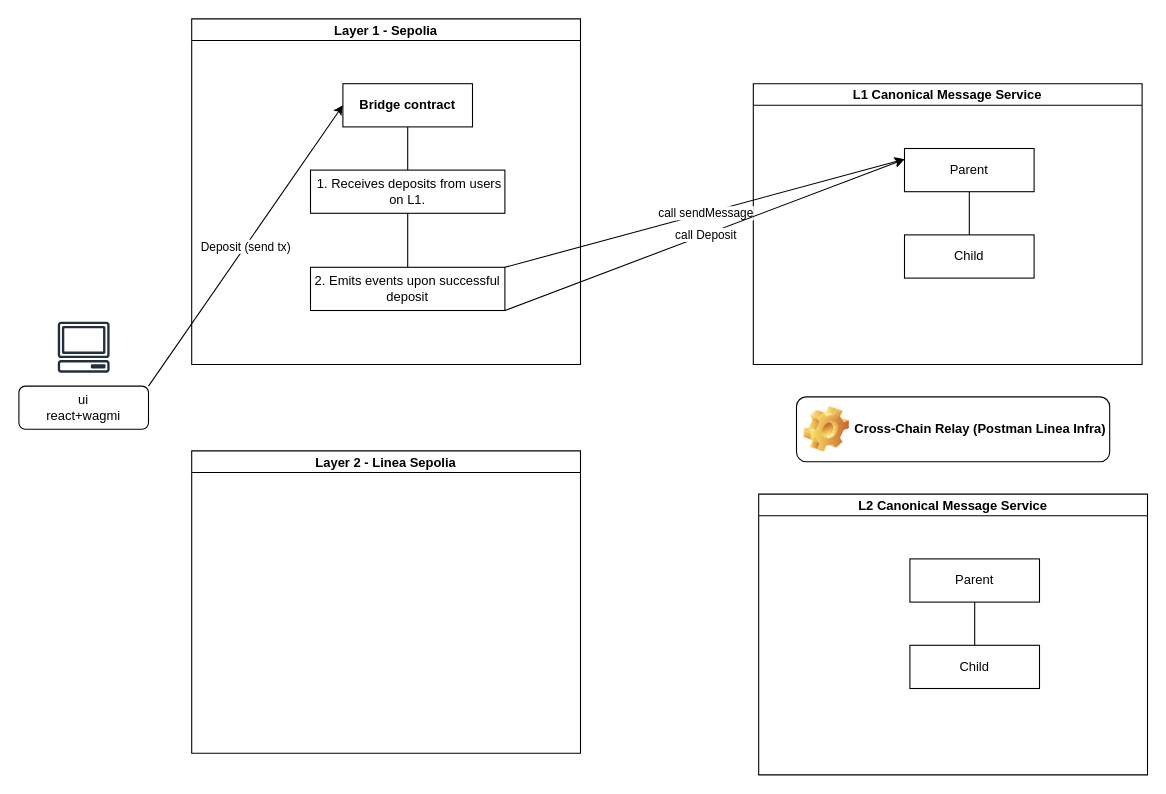
Before: Untitled Diagram.drawio in Othryades/eth-linea-bridge, a draw.io diagram. Source tidied: cells renumbered, new cells numbered last; positions are measured from the earlier drawing's top-left corner, leaving out a move shared by most shapes. Both pictures are drawn from the tidied source at 108%, with x=0, y=0 at pixel (18, 18).
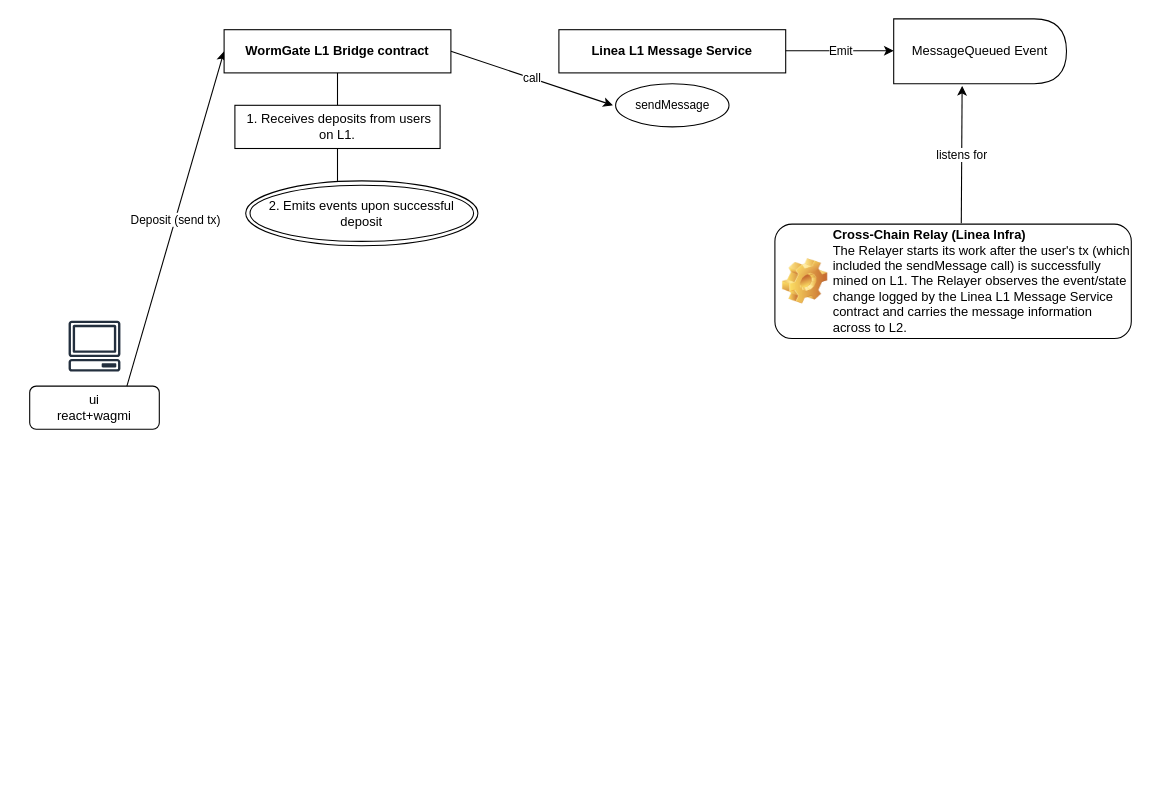
Above is the later version.

The edit, as a diff of the source:
```diff
@@
     <mxCell id="2" value="ui&lt;div&gt;react+wagmi&lt;/div&gt;" style="rounded=1;whiteSpace=wrap;html=1;fontSize=12;glass=0;strokeWidth=1;shadow=0;" parent="1" vertex="1">
-      <mxGeometry y="340" width="120" height="40" as="geometry" />
+      <mxGeometry x="10" y="340" width="120" height="40" as="geometry" />
     </mxCell>
     <mxCell id="3" value="&lt;div&gt;&lt;br&gt;&lt;/div&gt;&lt;div&gt;&lt;br&gt;&lt;/div&gt;" style="sketch=0;fontColor=#232F3E;gradientColor=none;strokeColor=#232F3E;fillColor=#ffffff;dashed=0;verticalLabelPosition=bottom;verticalAlign=top;align=center;html=1;fontSize=12;fontStyle=0;shape=mxgraph.aws4.resourceIcon;resIcon=mxgraph.aws4.client;" parent="1" vertex="1">
-      <mxGeometry x="30" y="274" width="60" height="60" as="geometry" />
+      <mxGeometry x="40" y="273" width="60" height="60" as="geometry" />
     </mxCell>
-    <mxCell id="4" style="endArrow=classic;html=1;rounded=0;exitX=1;exitY=0;exitDx=0;exitDy=0;labelBackgroundColor=default;entryX=0;entryY=0.5;entryDx=0;entryDy=0;" parent="1" edge="1" source="2" target="13">
-      <mxGeometry relative="1" as="geometry" />
+    <mxCell id="4" style="endArrow=classic;html=1;rounded=0;exitX=1;exitY=0;exitDx=0;exitDy=0;labelBackgroundColor=default;entryX=0;entryY=0.5;entryDx=0;entryDy=0;" parent="1" edge="1" target="13">
+      <mxGeometry relative="1" as="geometry">
+        <mxPoint x="100" y="340" as="sourcePoint" />
+      </mxGeometry>
     </mxCell>
@@
-    <mxCell id="6" value="L1 Canonical Message Service" style="swimlane;startSize=20;horizontal=1;containerType=tree;fontStyle=1;" parent="1" vertex="1">
-      <mxGeometry x="680" y="60" width="360" height="260" as="geometry" />
-    </mxCell>
-    <mxCell id="7" style="edgeStyle=elbowEdgeStyle;elbow=vertical;sourcePerimeterSpacing=0;targetPerimeterSpacing=0;startArrow=none;endArrow=none;rounded=0;curved=0;" parent="6" edge="1" source="8" target="9">
-      <mxGeometry relative="1" as="geometry" />
-    </mxCell>
-    <mxCell id="8" value="Parent" style="whiteSpace=wrap;html=1;newEdgeStyle={&quot;edgeStyle&quot;:&quot;elbowEdgeStyle&quot;,&quot;startArrow&quot;:&quot;none&quot;,&quot;endArrow&quot;:&quot;none&quot;};" parent="6" vertex="1">
-      <mxGeometry x="140" y="60" width="120" height="40" as="geometry" />
-    </mxCell>
-    <mxCell id="9" value="Child" style="whiteSpace=wrap;html=1;newEdgeStyle={&quot;edgeStyle&quot;:&quot;elbowEdgeStyle&quot;,&quot;startArrow&quot;:&quot;none&quot;,&quot;endArrow&quot;:&quot;none&quot;};" parent="6" vertex="1">
-      <mxGeometry x="140" y="140" width="120" height="40" as="geometry" />
-    </mxCell>
-    <mxCell id="10" value="Layer 2 - Linea Sepolia" style="swimlane;startSize=20;horizontal=1;containerType=tree;fontStyle=1;" parent="1" vertex="1">
-      <mxGeometry x="160" y="400" width="360" height="280" as="geometry" />
-    </mxCell>
-    <mxCell id="11" value="Layer 1 - Sepolia" style="swimlane;startSize=20;horizontal=1;containerType=tree;fontStyle=1;" parent="1" vertex="1">
-      <mxGeometry x="160" width="360" height="320" as="geometry" />
-    </mxCell>
+    <mxCell id="17" value="call" style="endArrow=classic;html=1;rounded=0;exitX=1;exitY=0.5;exitDx=0;exitDy=0;" parent="1" edge="1" source="13">
+      <mxGeometry relative="1" as="geometry">
+        <mxPoint x="550" y="80" as="targetPoint" />
+      </mxGeometry>
+    </mxCell>
+    <mxCell id="21" value="Cross-Chain Relay (Linea Infra)&lt;div&gt;&lt;span style=&quot;font-weight: normal;&quot;&gt;The Relayer starts its work after the user's tx (which included the sendMessage call) is successfully mined on L1. The Relayer observes the event/state change logged by the Linea L1 Message Service contract and carries the message information across to L2.&lt;/span&gt;&lt;/div&gt;" style="label;whiteSpace=wrap;html=1;image=img/clipart/Gear_128x128.png;" parent="1" vertex="1">
+      <mxGeometry x="700" y="190" width="330" height="106" as="geometry" />
+    </mxCell>
+    <mxCell id="13" value="&lt;div&gt;&lt;b&gt;WormGate L1 Bridge contract&lt;/b&gt;&lt;/div&gt;" style="whiteSpace=wrap;html=1;newEdgeStyle={&quot;edgeStyle&quot;:&quot;elbowEdgeStyle&quot;,&quot;startArrow&quot;:&quot;none&quot;,&quot;endArrow&quot;:&quot;none&quot;};" parent="1" vertex="1">
+      <mxGeometry x="190" y="10" width="210" height="40" as="geometry" />
+    </mxCell>
-    <mxCell id="12" style="edgeStyle=elbowEdgeStyle;rounded=0;jettySize=auto;html=1;startArrow=none;endArrow=none;entryX=0.5;entryY=0;entryDx=0;entryDy=0;" parent="11" edge="1" source="13" target="14">
+    <mxCell id="12" style="edgeStyle=elbowEdgeStyle;rounded=0;jettySize=auto;html=1;startArrow=none;endArrow=none;entryX=0.5;entryY=0;entryDx=0;entryDy=0;" parent="1" edge="1" source="13" target="14">
       <mxGeometry relative="1" as="geometry" />
     </mxCell>
-    <mxCell id="13" value="&lt;div&gt;&lt;b&gt;Bridge contract&lt;/b&gt;&lt;/div&gt;" style="whiteSpace=wrap;html=1;newEdgeStyle={&quot;edgeStyle&quot;:&quot;elbowEdgeStyle&quot;,&quot;startArrow&quot;:&quot;none&quot;,&quot;endArrow&quot;:&quot;none&quot;};" parent="11" vertex="1">
-      <mxGeometry x="140" y="60" width="120" height="40" as="geometry" />
-    </mxCell>
+    <mxCell id="26" style="edgeStyle=orthogonalEdgeStyle;rounded=0;jettySize=auto;html=1;exitX=1;exitY=0.5;exitDx=0;exitDy=0;" parent="1" edge="1" source="14">
+      <mxGeometry relative="1" as="geometry">
+        <mxPoint x="380.1" y="100.2" as="targetPoint" />
+      </mxGeometry>
+    </mxCell>
-    <mxCell id="14" value="&amp;nbsp;1. Receives deposits from users on L1." style="rounded=0;whiteSpace=wrap;html=1;" parent="11" vertex="1">
-      <mxGeometry x="110" y="140" width="180" height="40" as="geometry" />
+    <mxCell id="14" value="&amp;nbsp;1. Receives deposits from users on L1." style="rounded=0;whiteSpace=wrap;html=1;" parent="1" vertex="1">
+      <mxGeometry x="200" y="80" width="190" height="40" as="geometry" />
     </mxCell>
-    <mxCell id="15" style="edgeStyle=elbowEdgeStyle;rounded=0;jettySize=auto;html=1;startArrow=none;endArrow=none;entryX=0.5;entryY=0;entryDx=0;entryDy=0;" parent="11" edge="1" source="14" target="16">
-      <mxGeometry relative="1" as="geometry" />
+    <mxCell id="15" style="edgeStyle=elbowEdgeStyle;rounded=0;jettySize=auto;html=1;startArrow=none;endArrow=none;entryX=0.5;entryY=0;entryDx=0;entryDy=0;" parent="1" edge="1" source="14">
+      <mxGeometry relative="1" as="geometry">
+        <mxPoint x="295" y="150" as="targetPoint" />
+      </mxGeometry>
     </mxCell>
+    <mxCell id="8" value="&lt;b&gt;Linea L1 Message Service&lt;/b&gt;" style="whiteSpace=wrap;html=1;newEdgeStyle={&quot;edgeStyle&quot;:&quot;elbowEdgeStyle&quot;,&quot;startArrow&quot;:&quot;none&quot;,&quot;endArrow&quot;:&quot;none&quot;};" parent="1" vertex="1">
+      <mxGeometry x="500" y="10" width="210" height="40" as="geometry" />
+    </mxCell>
+    <mxCell id="27" style="edgeStyle=elbowEdgeStyle;rounded=0;orthogonalLoop=1;jettySize=auto;html=1;startArrow=none;endArrow=none;exitX=0.25;exitY=0;exitDx=0;exitDy=0;" parent="1" edge="1" source="8" target="8">
+      <mxGeometry relative="1" as="geometry" />
+    </mxCell>
+    <mxCell id="28" value="&lt;span style=&quot;color: rgb(0, 0, 0); font-family: Helvetica; font-size: 11px; font-style: normal; font-variant-ligatures: normal; font-variant-caps: normal; font-weight: 400; letter-spacing: normal; orphans: 2; text-align: center; text-indent: 0px; text-transform: none; widows: 2; word-spacing: 0px; -webkit-text-stroke-width: 0px; white-space: nowrap; background-color: rgb(255, 255, 255); text-decoration-thickness: initial; text-decoration-style: initial; text-decoration-color: initial; display: inline !important; float: none;&quot;&gt;sendMessage&lt;/span&gt;" style="ellipse;whiteSpace=wrap;html=1;" parent="1" vertex="1">
+      <mxGeometry x="552.5" y="60" width="105" height="40" as="geometry" />
+    </mxCell>
-    <mxCell id="16" value="2.&amp;nbsp;&lt;span style=&quot;color: light-dark(rgb(0, 0, 0), rgb(255, 255, 255)); background-color: transparent;&quot;&gt;Emits events upon successful deposit&lt;/span&gt;" style="rounded=0;whiteSpace=wrap;html=1;" parent="11" vertex="1">
-      <mxGeometry x="110" y="230" width="180" height="40" as="geometry" />
+    <mxCell id="16" value="2.&amp;nbsp;&lt;span style=&quot;color: light-dark(rgb(0, 0, 0), rgb(255, 255, 255)); background-color: transparent;&quot;&gt;Emits events upon successful deposit&lt;/span&gt;" style="ellipse;shape=doubleEllipse;whiteSpace=wrap;html=1;" parent="1" vertex="1">
+      <mxGeometry x="210" y="150" width="215" height="60" as="geometry" />
     </mxCell>
-    <mxCell id="17" style="endArrow=classic;html=1;rounded=0;entryX=0;entryY=0.25;entryDx=0;entryDy=0;exitX=1;exitY=0;exitDx=0;exitDy=0;" parent="1" edge="1" source="16" target="8">
-      <mxGeometry relative="1" as="geometry" />
-    </mxCell>
-    <mxCell id="18" value="call sendMessage" style="edgeLabel;html=1;align=center;verticalAlign=middle;" parent="17" vertex="1">
-      <mxGeometry relative="1" as="geometry" />
-    </mxCell>
-    <mxCell id="19" style="endArrow=classic;html=1;rounded=0;exitX=1;exitY=1;exitDx=0;exitDy=0;" parent="1" edge="1" source="16">
-      <mxGeometry relative="1" as="geometry">
-        <mxPoint x="820" y="130" as="targetPoint" />
-      </mxGeometry>
-    </mxCell>
-    <mxCell id="20" value="call Deposit" style="edgeLabel;html=1;align=center;verticalAlign=middle;" parent="19" vertex="1">
-      <mxGeometry relative="1" as="geometry" />
-    </mxCell>
-    <mxCell id="21" value="Cross-Chain Relay (Postman Linea Infra)" style="label;whiteSpace=wrap;html=1;image=img/clipart/Gear_128x128.png;" parent="1" vertex="1">
-      <mxGeometry x="720" y="350" width="290" height="60" as="geometry" />
-    </mxCell>
-    <mxCell id="22" value="L2 Canonical Message Service" style="swimlane;startSize=20;horizontal=1;containerType=tree;fontStyle=1;" parent="1" vertex="1">
-      <mxGeometry x="685" y="440" width="360" height="260" as="geometry" />
-    </mxCell>
-    <mxCell id="23" style="edgeStyle=elbowEdgeStyle;elbow=vertical;sourcePerimeterSpacing=0;targetPerimeterSpacing=0;startArrow=none;endArrow=none;rounded=0;curved=0;" parent="22" edge="1" source="24" target="25">
-      <mxGeometry relative="1" as="geometry" />
-    </mxCell>
-    <mxCell id="24" value="Parent" style="whiteSpace=wrap;html=1;newEdgeStyle={&quot;edgeStyle&quot;:&quot;elbowEdgeStyle&quot;,&quot;startArrow&quot;:&quot;none&quot;,&quot;endArrow&quot;:&quot;none&quot;};" parent="22" vertex="1">
-      <mxGeometry x="140" y="60" width="120" height="40" as="geometry" />
-    </mxCell>
-    <mxCell id="25" value="Child" style="whiteSpace=wrap;html=1;newEdgeStyle={&quot;edgeStyle&quot;:&quot;elbowEdgeStyle&quot;,&quot;startArrow&quot;:&quot;none&quot;,&quot;endArrow&quot;:&quot;none&quot;};" parent="22" vertex="1">
-      <mxGeometry x="140" y="140" width="120" height="40" as="geometry" />
-    </mxCell>
+    <mxCell id="29" style="endArrow=classic;html=1;rounded=0;exitX=0.523;exitY=-0.008;exitDx=0;exitDy=0;exitPerimeter=0;entryX=0.396;entryY=1.034;entryDx=0;entryDy=0;entryPerimeter=0;" parent="1" edge="1" source="21" target="33">
+      <mxGeometry relative="1" as="geometry" />
+    </mxCell>
+    <mxCell id="30" value="listens for" style="edgeLabel;html=1;align=center;verticalAlign=middle;rotation=0;" parent="29" vertex="1">
+      <mxGeometry relative="1" as="geometry" />
+    </mxCell>
+    <mxCell id="31" style="endArrow=classic;html=1;rounded=0;" parent="1" edge="1">
+      <mxGeometry relative="1" as="geometry">
+        <mxPoint x="710" y="29.5" as="sourcePoint" />
+        <mxPoint x="810" y="29.5" as="targetPoint" />
+      </mxGeometry>
+    </mxCell>
+    <mxCell id="32" value="Emit" style="edgeLabel;html=1;align=center;verticalAlign=middle;" parent="31" vertex="1">
+      <mxGeometry relative="1" as="geometry" />
+    </mxCell>
+    <mxCell id="33" value="MessageQueued Event" style="shape=delay;whiteSpace=wrap;html=1;" parent="1" vertex="1">
+      <mxGeometry x="810" width="160" height="60" as="geometry" />
+    </mxCell>
```
